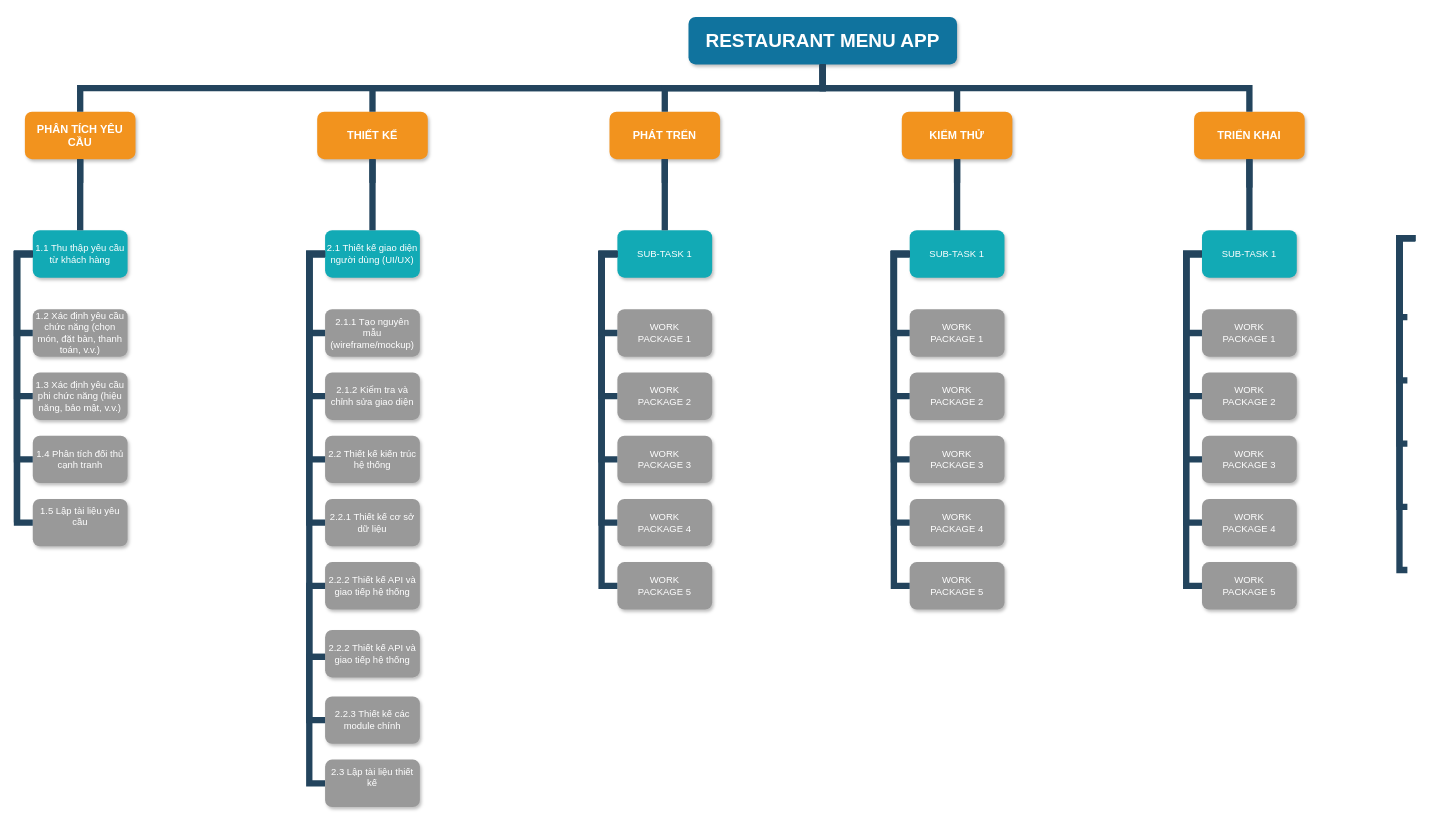
The draw.io diagram WBS.drawio in NhatBlue123/IndividualExercise, before the edit. Source tidied: cells renumbered, new cells numbered last; positions are measured from the earlier drawing's top-left corner, leaving out a move shared by most shapes. Both pictures are drawn from the tidied source at 79%, with x=0, y=0 at pixel (17, 17).
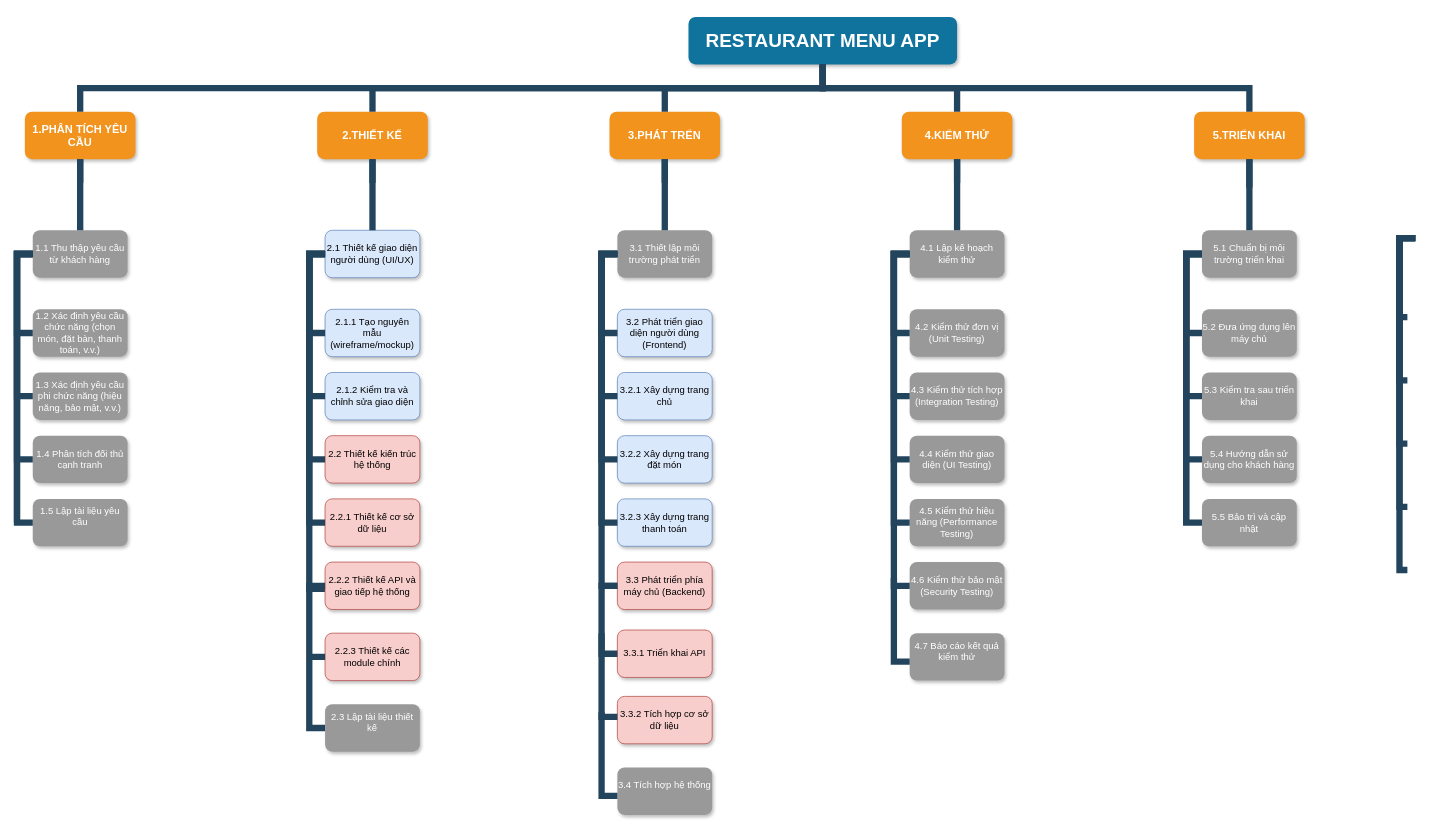
The same diagram, later.

Commit message (it also covers changes not shown here):
Cập nhật WBS.drawio

The edit, as a diff of the source:
```diff
@@
-    <mxCell id="3" value="PHÂN TÍCH YÊU CẦU" style="whiteSpace=wrap;rounded=1;fillColor=#F2931E;strokeColor=none;shadow=1;fontColor=#FFFFFF;fontStyle=1;fontSize=14;" parent="1" vertex="1">
+    <mxCell id="3" value="1.PHÂN TÍCH YÊU CẦU" style="whiteSpace=wrap;rounded=1;fillColor=#F2931E;strokeColor=none;shadow=1;fontColor=#FFFFFF;fontStyle=1;fontSize=14;" parent="1" vertex="1">
       <mxGeometry x="10" y="120" width="140" height="60" as="geometry" />
     </mxCell>
-    <mxCell id="4" value="THIẾT KẾ" style="whiteSpace=wrap;rounded=1;fillColor=#F2931E;strokeColor=none;shadow=1;fontColor=#FFFFFF;fontStyle=1;fontSize=14;" parent="1" vertex="1">
+    <mxCell id="4" value="2.THIẾT KẾ" style="whiteSpace=wrap;rounded=1;fillColor=#F2931E;strokeColor=none;shadow=1;fontColor=#FFFFFF;fontStyle=1;fontSize=14;" parent="1" vertex="1">
       <mxGeometry x="380" y="120" width="140" height="60" as="geometry" />
     </mxCell>
-    <mxCell id="5" value="PHÁT TRỂN" style="whiteSpace=wrap;rounded=1;fillColor=#F2931E;strokeColor=none;shadow=1;fontColor=#FFFFFF;fontStyle=1;fontSize=14;" parent="1" vertex="1">
+    <mxCell id="5" value="3.PHÁT TRỂN" style="whiteSpace=wrap;rounded=1;fillColor=#F2931E;strokeColor=none;shadow=1;fontColor=#FFFFFF;fontStyle=1;fontSize=14;" parent="1" vertex="1">
       <mxGeometry x="750" y="120" width="140" height="60" as="geometry" />
     </mxCell>
-    <mxCell id="6" value="KIỂM THỬ" style="whiteSpace=wrap;rounded=1;fillColor=#F2931E;strokeColor=none;shadow=1;fontColor=#FFFFFF;fontStyle=1;fontSize=14;" parent="1" vertex="1">
+    <mxCell id="6" value="4.KIỂM THỬ" style="whiteSpace=wrap;rounded=1;fillColor=#F2931E;strokeColor=none;shadow=1;fontColor=#FFFFFF;fontStyle=1;fontSize=14;" parent="1" vertex="1">
       <mxGeometry x="1120" y="120" width="140" height="60" as="geometry" />
     </mxCell>
-    <mxCell id="7" value="TRIỂN KHAI" style="whiteSpace=wrap;rounded=1;fillColor=#F2931E;strokeColor=none;shadow=1;fontColor=#FFFFFF;fontStyle=1;fontSize=14;" parent="1" vertex="1">
+    <mxCell id="7" value="5.TRIỂN KHAI" style="whiteSpace=wrap;rounded=1;fillColor=#F2931E;strokeColor=none;shadow=1;fontColor=#FFFFFF;fontStyle=1;fontSize=14;" parent="1" vertex="1">
       <mxGeometry x="1490" y="120" width="140" height="60" as="geometry" />
     </mxCell>
-    <mxCell id="8" value="1.1 Thu thập yêu cầu từ khách hàng" style="whiteSpace=wrap;rounded=1;fillColor=#12AAB5;strokeColor=none;shadow=1;fontColor=#FFFFFF;" parent="1" vertex="1">
+    <mxCell id="8" value="1.1 Thu thập yêu cầu từ khách hàng" style="whiteSpace=wrap;rounded=1;fillColor=#999999;strokeColor=none;shadow=1;fontColor=#FFFFFF;" parent="1" vertex="1">
       <mxGeometry x="20" y="270" width="120" height="60" as="geometry" />
     </mxCell>
@@
-    <mxCell id="13" value="2.1 Thiết kế giao diện người dùng (UI/UX)" style="whiteSpace=wrap;rounded=1;fillColor=#12AAB5;strokeColor=none;shadow=1;fontColor=#FFFFFF;" parent="1" vertex="1">
+    <mxCell id="13" value="2.1 Thiết kế giao diện người dùng (UI/UX)" style="whiteSpace=wrap;rounded=1;fillColor=#dae8fc;strokeColor=#6c8ebf;shadow=1;" parent="1" vertex="1">
       <mxGeometry x="390" y="270" width="120" height="60" as="geometry" />
     </mxCell>
-    <mxCell id="14" value="2.1.1 Tạo nguyên mẫu (wireframe/mockup)" style="whiteSpace=wrap;rounded=1;fillColor=#999999;strokeColor=none;shadow=1;fontColor=#FFFFFF;fontStyle=0;" parent="1" vertex="1">
+    <mxCell id="14" value="2.1.1 Tạo nguyên mẫu (wireframe/mockup)" style="whiteSpace=wrap;rounded=1;fillColor=#dae8fc;strokeColor=#6c8ebf;shadow=1;fontStyle=0;" parent="1" vertex="1">
       <mxGeometry x="390" y="370" width="120" height="60" as="geometry" />
     </mxCell>
-    <mxCell id="15" value="2.1.2 Kiểm tra và chỉnh sửa giao diện" style="whiteSpace=wrap;rounded=1;fillColor=#999999;strokeColor=none;shadow=1;fontColor=#FFFFFF;fontStyle=0;" parent="1" vertex="1">
+    <mxCell id="15" value="2.1.2 Kiểm tra và chỉnh sửa giao diện" style="whiteSpace=wrap;rounded=1;fillColor=#dae8fc;strokeColor=#6c8ebf;shadow=1;fontStyle=0;" parent="1" vertex="1">
       <mxGeometry x="390" y="450" width="120" height="60" as="geometry" />
     </mxCell>
-    <mxCell id="16" value="2.2 Thiết kế kiến trúc hệ thống" style="whiteSpace=wrap;rounded=1;fillColor=#999999;strokeColor=none;shadow=1;fontColor=#FFFFFF;fontStyle=0;" parent="1" vertex="1">
+    <mxCell id="16" value="2.2 Thiết kế kiến trúc hệ thống" style="whiteSpace=wrap;rounded=1;fillColor=#f8cecc;strokeColor=#b85450;shadow=1;fontStyle=0;" parent="1" vertex="1">
       <mxGeometry x="390" y="530" width="120" height="60" as="geometry" />
     </mxCell>
-    <mxCell id="17" value="2.2.1 Thiết kế cơ sở dữ liệu" style="whiteSpace=wrap;rounded=1;fillColor=#999999;strokeColor=none;shadow=1;fontColor=#FFFFFF;fontStyle=0;" parent="1" vertex="1">
+    <mxCell id="17" value="2.2.1 Thiết kế cơ sở dữ liệu" style="whiteSpace=wrap;rounded=1;fillColor=#f8cecc;strokeColor=#b85450;shadow=1;fontStyle=0;" parent="1" vertex="1">
       <mxGeometry x="390" y="610" width="120" height="60" as="geometry" />
     </mxCell>
-    <mxCell id="18" value="2.2.2 Thiết kế API và giao tiếp hệ thống" style="whiteSpace=wrap;rounded=1;fillColor=#999999;strokeColor=none;shadow=1;fontColor=#FFFFFF;fontStyle=0;" parent="1" vertex="1">
-      <mxGeometry x="390" y="690" width="120" height="60" as="geometry" />
-    </mxCell>
@@
-    <mxCell id="33" value="SUB-TASK 1" style="whiteSpace=wrap;rounded=1;fillColor=#12AAB5;strokeColor=none;shadow=1;fontColor=#FFFFFF;" parent="1" vertex="1">
+    <mxCell id="33" value="3.1 Thiết lập môi trường phát triển" style="whiteSpace=wrap;rounded=1;fillColor=#999999;strokeColor=none;shadow=1;fontColor=#FFFFFF;" parent="1" vertex="1">
       <mxGeometry x="760" y="270" width="120" height="60" as="geometry" />
     </mxCell>
-    <mxCell id="34" value="WORK&#10;PACKAGE 1" style="whiteSpace=wrap;rounded=1;fillColor=#999999;strokeColor=none;shadow=1;fontColor=#FFFFFF;fontStyle=0;" parent="1" vertex="1">
+    <mxCell id="34" value="3.2 Phát triển giao diện người dùng (Frontend)" style="whiteSpace=wrap;rounded=1;fillColor=#dae8fc;strokeColor=#6c8ebf;shadow=1;fontStyle=0;" parent="1" vertex="1">
       <mxGeometry x="760" y="370" width="120" height="60" as="geometry" />
     </mxCell>
-    <mxCell id="35" value="WORK&#10;PACKAGE 2" style="whiteSpace=wrap;rounded=1;fillColor=#999999;strokeColor=none;shadow=1;fontColor=#FFFFFF;fontStyle=0;" parent="1" vertex="1">
+    <mxCell id="35" value="3.2.1 Xây dựng trang chủ" style="whiteSpace=wrap;rounded=1;fillColor=#dae8fc;strokeColor=#6c8ebf;shadow=1;fontStyle=0;" parent="1" vertex="1">
       <mxGeometry x="760" y="450" width="120" height="60" as="geometry" />
     </mxCell>
-    <mxCell id="36" value="WORK&#10;PACKAGE 3" style="whiteSpace=wrap;rounded=1;fillColor=#999999;strokeColor=none;shadow=1;fontColor=#FFFFFF;fontStyle=0;" parent="1" vertex="1">
+    <mxCell id="36" value="3.2.2 Xây dựng trang đặt món" style="whiteSpace=wrap;rounded=1;fillColor=#dae8fc;strokeColor=#6c8ebf;shadow=1;fontStyle=0;" parent="1" vertex="1">
       <mxGeometry x="760" y="530" width="120" height="60" as="geometry" />
     </mxCell>
-    <mxCell id="37" value="WORK&#10;PACKAGE 4" style="whiteSpace=wrap;rounded=1;fillColor=#999999;strokeColor=none;shadow=1;fontColor=#FFFFFF;fontStyle=0;" parent="1" vertex="1">
+    <mxCell id="37" value="3.2.3 Xây dựng trang thanh toán" style="whiteSpace=wrap;rounded=1;fillColor=#dae8fc;strokeColor=#6c8ebf;shadow=1;fontStyle=0;" parent="1" vertex="1">
       <mxGeometry x="760" y="610" width="120" height="60" as="geometry" />
     </mxCell>
-    <mxCell id="38" value="WORK&#10;PACKAGE 5" style="whiteSpace=wrap;rounded=1;fillColor=#999999;strokeColor=none;shadow=1;fontColor=#FFFFFF;fontStyle=0;" parent="1" vertex="1">
+    <mxCell id="38" value="3.3 Phát triển phía máy chủ (Backend)" style="whiteSpace=wrap;rounded=1;fillColor=#f8cecc;strokeColor=#b85450;shadow=1;fontStyle=0;" parent="1" vertex="1">
       <mxGeometry x="760" y="690" width="120" height="60" as="geometry" />
     </mxCell>
@@
-    <mxCell id="44" value="SUB-TASK 1" style="whiteSpace=wrap;rounded=1;fillColor=#12AAB5;strokeColor=none;shadow=1;fontColor=#FFFFFF;" parent="1" vertex="1">
+    <mxCell id="44" value="4.1 Lập kế hoạch kiểm thử" style="whiteSpace=wrap;rounded=1;fillColor=#999999;strokeColor=none;shadow=1;fontColor=#FFFFFF;" parent="1" vertex="1">
       <mxGeometry x="1130" y="270" width="120" height="60" as="geometry" />
     </mxCell>
-    <mxCell id="45" value="WORK&#10;PACKAGE 1" style="whiteSpace=wrap;rounded=1;fillColor=#999999;strokeColor=none;shadow=1;fontColor=#FFFFFF;fontStyle=0;" parent="1" vertex="1">
+    <mxCell id="45" value="4.2 Kiểm thử đơn vị (Unit Testing)" style="whiteSpace=wrap;rounded=1;fillColor=#999999;strokeColor=none;shadow=1;fontColor=#FFFFFF;fontStyle=0;" parent="1" vertex="1">
       <mxGeometry x="1130" y="370" width="120" height="60" as="geometry" />
     </mxCell>
-    <mxCell id="46" value="WORK&#10;PACKAGE 2" style="whiteSpace=wrap;rounded=1;fillColor=#999999;strokeColor=none;shadow=1;fontColor=#FFFFFF;fontStyle=0;" parent="1" vertex="1">
+    <mxCell id="46" value="4.3 Kiểm thử tích hợp (Integration Testing)" style="whiteSpace=wrap;rounded=1;fillColor=#999999;strokeColor=none;shadow=1;fontColor=#FFFFFF;fontStyle=0;" parent="1" vertex="1">
       <mxGeometry x="1130" y="450" width="120" height="60" as="geometry" />
     </mxCell>
-    <mxCell id="47" value="WORK&#10;PACKAGE 3" style="whiteSpace=wrap;rounded=1;fillColor=#999999;strokeColor=none;shadow=1;fontColor=#FFFFFF;fontStyle=0;" parent="1" vertex="1">
+    <mxCell id="47" value="4.4 Kiểm thử giao diện (UI Testing)" style="whiteSpace=wrap;rounded=1;fillColor=#999999;strokeColor=none;shadow=1;fontColor=#FFFFFF;fontStyle=0;" parent="1" vertex="1">
       <mxGeometry x="1130" y="530" width="120" height="60" as="geometry" />
     </mxCell>
-    <mxCell id="48" value="WORK&#10;PACKAGE 4" style="whiteSpace=wrap;rounded=1;fillColor=#999999;strokeColor=none;shadow=1;fontColor=#FFFFFF;fontStyle=0;" parent="1" vertex="1">
+    <mxCell id="48" value="4.5 Kiểm thử hiệu năng (Performance Testing)" style="whiteSpace=wrap;rounded=1;fillColor=#999999;strokeColor=none;shadow=1;fontColor=#FFFFFF;fontStyle=0;" parent="1" vertex="1">
       <mxGeometry x="1130" y="610" width="120" height="60" as="geometry" />
     </mxCell>
-    <mxCell id="49" value="WORK&#10;PACKAGE 5" style="whiteSpace=wrap;rounded=1;fillColor=#999999;strokeColor=none;shadow=1;fontColor=#FFFFFF;fontStyle=0;" parent="1" vertex="1">
+    <mxCell id="49" value="4.6 Kiểm thử bảo mật (Security Testing)" style="whiteSpace=wrap;rounded=1;fillColor=#999999;strokeColor=none;shadow=1;fontColor=#FFFFFF;fontStyle=0;" parent="1" vertex="1">
       <mxGeometry x="1130" y="690" width="120" height="60" as="geometry" />
     </mxCell>
@@
-    <mxCell id="55" value="SUB-TASK 1" style="whiteSpace=wrap;rounded=1;fillColor=#12AAB5;strokeColor=none;shadow=1;fontColor=#FFFFFF;" parent="1" vertex="1">
+    <mxCell id="55" value="5.1 Chuẩn bị môi trường triển khai" style="whiteSpace=wrap;rounded=1;fillColor=#999999;strokeColor=none;shadow=1;fontColor=#FFFFFF;" parent="1" vertex="1">
       <mxGeometry x="1500" y="270" width="120" height="60" as="geometry" />
     </mxCell>
-    <mxCell id="56" value="WORK&#10;PACKAGE 1" style="whiteSpace=wrap;rounded=1;fillColor=#999999;strokeColor=none;shadow=1;fontColor=#FFFFFF;fontStyle=0;" parent="1" vertex="1">
+    <mxCell id="56" value="5.2 Đưa ứng dụng lên máy chủ" style="whiteSpace=wrap;rounded=1;fillColor=#999999;strokeColor=none;shadow=1;fontColor=#FFFFFF;fontStyle=0;" parent="1" vertex="1">
       <mxGeometry x="1500" y="370" width="120" height="60" as="geometry" />
     </mxCell>
-    <mxCell id="57" value="WORK&#10;PACKAGE 2" style="whiteSpace=wrap;rounded=1;fillColor=#999999;strokeColor=none;shadow=1;fontColor=#FFFFFF;fontStyle=0;" parent="1" vertex="1">
+    <mxCell id="57" value="5.3 Kiểm tra sau triển khai" style="whiteSpace=wrap;rounded=1;fillColor=#999999;strokeColor=none;shadow=1;fontColor=#FFFFFF;fontStyle=0;" parent="1" vertex="1">
       <mxGeometry x="1500" y="450" width="120" height="60" as="geometry" />
     </mxCell>
-    <mxCell id="58" value="WORK&#10;PACKAGE 3" style="whiteSpace=wrap;rounded=1;fillColor=#999999;strokeColor=none;shadow=1;fontColor=#FFFFFF;fontStyle=0;" parent="1" vertex="1">
+    <mxCell id="58" value="5.4 Hướng dẫn sử dụng cho khách hàng" style="whiteSpace=wrap;rounded=1;fillColor=#999999;strokeColor=none;shadow=1;fontColor=#FFFFFF;fontStyle=0;" parent="1" vertex="1">
       <mxGeometry x="1500" y="530" width="120" height="60" as="geometry" />
     </mxCell>
-    <mxCell id="59" value="WORK&#10;PACKAGE 4" style="whiteSpace=wrap;rounded=1;fillColor=#999999;strokeColor=none;shadow=1;fontColor=#FFFFFF;fontStyle=0;" parent="1" vertex="1">
+    <mxCell id="59" value="5.5 Bảo trì và cập nhật" style="whiteSpace=wrap;rounded=1;fillColor=#999999;strokeColor=none;shadow=1;fontColor=#FFFFFF;fontStyle=0;" parent="1" vertex="1">
       <mxGeometry x="1500" y="610" width="120" height="60" as="geometry" />
     </mxCell>
-    <mxCell id="60" value="WORK&#10;PACKAGE 5" style="whiteSpace=wrap;rounded=1;fillColor=#999999;strokeColor=none;shadow=1;fontColor=#FFFFFF;fontStyle=0;" parent="1" vertex="1">
-      <mxGeometry x="1500" y="690" width="120" height="60" as="geometry" />
-    </mxCell>
@@
-    <mxCell id="63" style="edgeStyle=elbowEdgeStyle;elbow=horizontal;rounded=0;fontColor=#000000;endArrow=none;endFill=0;strokeWidth=8;strokeColor=#23445D;" parent="1" edge="1" source="55" target="60">
+    <mxCell id="63" style="edgeStyle=elbowEdgeStyle;elbow=horizontal;rounded=0;fontColor=#000000;endArrow=none;endFill=0;strokeWidth=8;strokeColor=#23445D;" parent="1" edge="1" source="55">
       <mxGeometry relative="1" as="geometry">
+        <mxPoint x="1480" y="640" as="targetPoint" />
         <Array as="points">
           <mxPoint x="1480" y="520" />
         </Array>
       </mxGeometry>
     </mxCell>
@@
-    <mxCell id="83" value="2.2.2 Thiết kế API và giao tiếp hệ thống" style="whiteSpace=wrap;rounded=1;fillColor=#999999;strokeColor=none;shadow=1;fontColor=#FFFFFF;fontStyle=0;" parent="1" vertex="1">
-      <mxGeometry x="390" y="776" width="120" height="60" as="geometry" />
+    <mxCell id="83" value="2.2.2 Thiết kế API và giao tiếp hệ thống" style="whiteSpace=wrap;rounded=1;fillColor=#f8cecc;strokeColor=#b85450;shadow=1;fontStyle=0;" parent="1" vertex="1">
+      <mxGeometry x="390" y="690" width="120" height="60" as="geometry" />
     </mxCell>
-    <mxCell id="84" style="edgeStyle=elbowEdgeStyle;elbow=horizontal;rounded=0;fontColor=#000000;endArrow=none;endFill=0;strokeWidth=8;strokeColor=#23445D;entryX=0;entryY=0.5;entryDx=0;entryDy=0;exitX=0;exitY=0.5;exitDx=0;exitDy=0;" parent="1" edge="1" source="18" target="86">
+    <mxCell id="84" style="edgeStyle=elbowEdgeStyle;elbow=horizontal;rounded=0;fontColor=#000000;endArrow=none;endFill=0;strokeWidth=8;strokeColor=#23445D;entryX=0;entryY=0.5;entryDx=0;entryDy=0;exitX=0;exitY=0.5;exitDx=0;exitDy=0;" parent="1" edge="1" target="86">
       <mxGeometry relative="1" as="geometry">
+        <mxPoint x="390" y="720" as="sourcePoint" />
         <Array as="points">
           <mxPoint x="370" y="880" />
         </Array>
       </mxGeometry>
     </mxCell>
-    <mxCell id="85" value="2.2.3 Thiết kế các module chính" style="whiteSpace=wrap;rounded=1;fillColor=#999999;strokeColor=none;shadow=1;fontColor=#FFFFFF;fontStyle=0;" parent="1" vertex="1">
-      <mxGeometry x="390" y="860" width="120" height="60" as="geometry" />
+    <mxCell id="85" value="2.2.3 Thiết kế các module chính" style="whiteSpace=wrap;rounded=1;fillColor=#f8cecc;strokeColor=#b85450;shadow=1;fontStyle=0;" parent="1" vertex="1">
+      <mxGeometry x="390" y="780" width="120" height="60" as="geometry" />
     </mxCell>
     <mxCell id="86" value="2.3 Lập tài liệu thiết kế&#10;" style="whiteSpace=wrap;rounded=1;fillColor=#999999;strokeColor=none;shadow=1;fontColor=#FFFFFF;fontStyle=0;" parent="1" vertex="1">
-      <mxGeometry x="390" y="940" width="120" height="60" as="geometry" />
+      <mxGeometry x="390" y="870" width="120" height="60" as="geometry" />
     </mxCell>
@@
+    <mxCell id="88" value="3.3.1 Triển khai API" style="whiteSpace=wrap;rounded=1;fillColor=#f8cecc;strokeColor=#b85450;shadow=1;fontStyle=0;" parent="1" vertex="1">
+      <mxGeometry x="760" y="776" width="120" height="60" as="geometry" />
+    </mxCell>
+    <mxCell id="89" value="3.3.2 Tích hợp cơ sở dữ liệu" style="whiteSpace=wrap;rounded=1;fillColor=#f8cecc;strokeColor=#b85450;shadow=1;fontStyle=0;" parent="1" vertex="1">
+      <mxGeometry x="760" y="860" width="120" height="60" as="geometry" />
+    </mxCell>
+    <mxCell id="90" value="3.4 Tích hợp hệ thống&#10;" style="whiteSpace=wrap;rounded=1;fillColor=#999999;strokeColor=none;shadow=1;fontColor=#FFFFFF;fontStyle=0;" parent="1" vertex="1">
+      <mxGeometry x="760" y="950" width="120" height="60" as="geometry" />
+    </mxCell>
+    <mxCell id="91" value="4.7 Báo cáo kết quả kiểm thử&#10;" style="whiteSpace=wrap;rounded=1;fillColor=#999999;strokeColor=none;shadow=1;fontColor=#FFFFFF;fontStyle=0;" parent="1" vertex="1">
+      <mxGeometry x="1130" y="780" width="120" height="60" as="geometry" />
+    </mxCell>
+    <mxCell id="92" style="edgeStyle=elbowEdgeStyle;elbow=horizontal;rounded=0;fontColor=#000000;endArrow=none;endFill=0;strokeWidth=8;strokeColor=#23445D;entryX=0;entryY=0.5;entryDx=0;entryDy=0;" parent="1" edge="1" target="88">
+      <mxGeometry relative="1" as="geometry">
+        <mxPoint x="760" y="720" as="sourcePoint" />
+        <Array as="points">
+          <mxPoint x="740" y="940" />
+        </Array>
+      </mxGeometry>
+    </mxCell>
+    <mxCell id="93" style="edgeStyle=elbowEdgeStyle;elbow=horizontal;rounded=0;fontColor=#000000;endArrow=none;endFill=0;strokeWidth=8;strokeColor=#23445D;entryX=0;entryY=0.5;entryDx=0;entryDy=0;" parent="1" edge="1">
+      <mxGeometry relative="1" as="geometry">
+        <mxPoint x="740" y="780" as="sourcePoint" />
+        <mxPoint x="760" y="886" as="targetPoint" />
+        <Array as="points">
+          <mxPoint x="740" y="1020" />
+        </Array>
+      </mxGeometry>
+    </mxCell>
+    <mxCell id="94" style="edgeStyle=elbowEdgeStyle;elbow=horizontal;rounded=0;fontColor=#000000;endArrow=none;endFill=0;strokeWidth=8;strokeColor=#23445D;entryX=0;entryY=0.5;entryDx=0;entryDy=0;" parent="1" edge="1">
+      <mxGeometry relative="1" as="geometry">
+        <mxPoint x="740" y="880" as="sourcePoint" />
+        <mxPoint x="760" y="986" as="targetPoint" />
+        <Array as="points">
+          <mxPoint x="740" y="1120" />
+        </Array>
+      </mxGeometry>
+    </mxCell>
+    <mxCell id="95" style="edgeStyle=elbowEdgeStyle;elbow=horizontal;rounded=0;fontColor=#000000;endArrow=none;endFill=0;strokeWidth=8;strokeColor=#23445D;entryX=0;entryY=0.5;entryDx=0;entryDy=0;" parent="1" edge="1">
+      <mxGeometry relative="1" as="geometry">
+        <mxPoint x="1110" y="710" as="sourcePoint" />
+        <mxPoint x="1130" y="816" as="targetPoint" />
+        <Array as="points">
+          <mxPoint x="1110" y="950" />
+        </Array>
+      </mxGeometry>
+    </mxCell>
```
